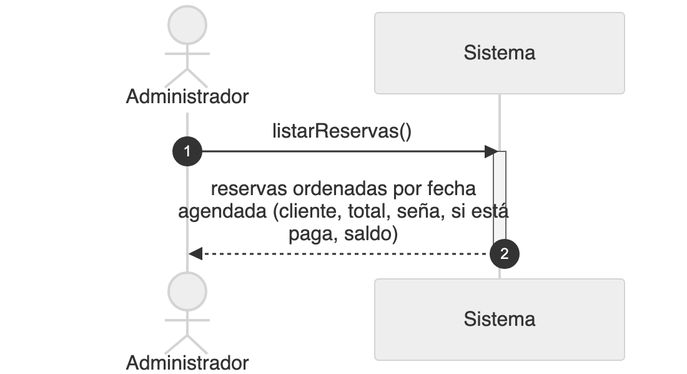
The Mermaid diagram diagramas/png/DSS_CU-073_Listar-Reservas-Y-Estado-De-La-Sena.png in Nahuelito-Dev/splg-docs, before a commit. Its source is kept beside it as diagramas/DSS_CU-073_Listar-Reservas-Y-Estado-De-La-Sena.mmd. The source it was exported from:
```mermaid
sequenceDiagram
    title DSS — CU-073 Listar Reservas Y Estado De La Sena
    autonumber
    actor ADM as Administrador
    participant SIS as Sistema

    ADM->>SIS: listarReservas()
    activate SIS
    SIS-->>ADM: reservas ordenadas por fecha agendada (cliente, total, seña, si está paga, saldo)
    deactivate SIS
```
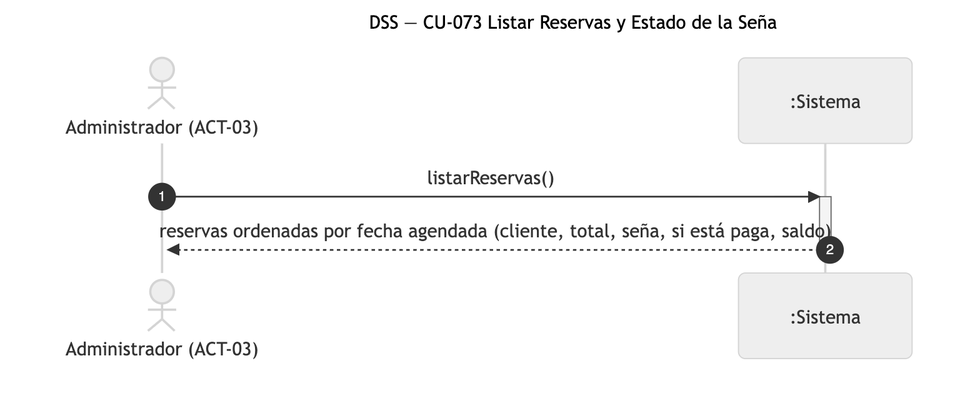
After the change.

Diff of the diagram source:
```diff
@@ -1,8 +1,8 @@
 sequenceDiagram
-    title DSS — CU-073 Listar Reservas Y Estado De La Sena
+    title DSS — CU-073 Listar Reservas y Estado de la Seña
     autonumber
-    actor ADM as Administrador
-    participant SIS as Sistema
+    actor ADM as Administrador (ACT-03)
+    participant SIS as :Sistema
 
     ADM->>SIS: listarReservas()
     activate SIS
```
